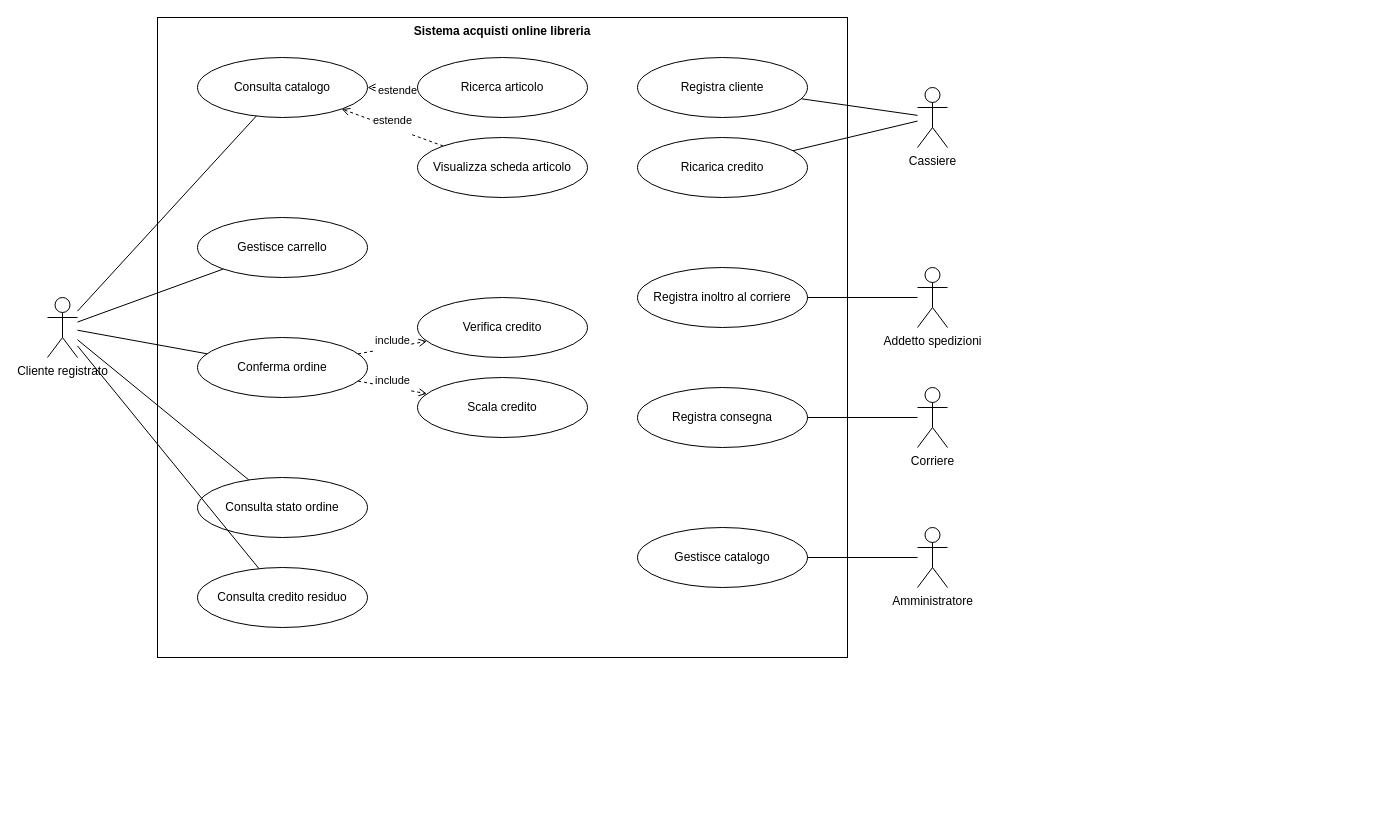
The draw.io diagram uml/Es8.drawio in diegoaldighieri/UML-casi-pratici, before the edit. Source tidied: cells renumbered, new cells numbered last; positions are measured from the earlier drawing's top-left corner, leaving out a move shared by most shapes. Both pictures are drawn from the tidied source at 100%, with x=0, y=0 at pixel (47, 17).
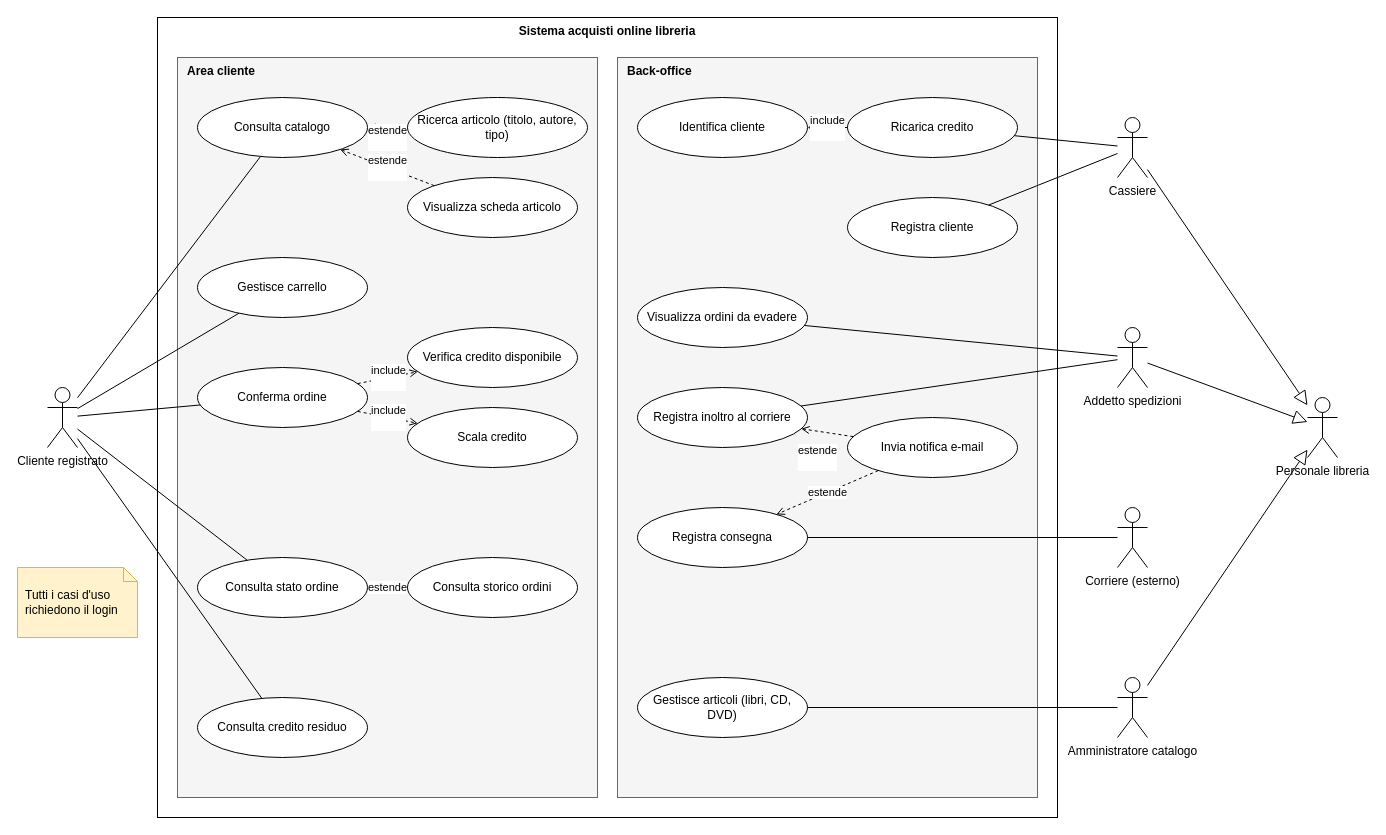
The same diagram, later.

Diff of the diagram source:
```diff
@@
     <mxCell id="2" value="Sistema acquisti online libreria" style="rounded=0;whiteSpace=wrap;html=1;verticalAlign=top;fontStyle=1;fillColor=none;" parent="1" vertex="1">
-      <mxGeometry x="110" width="690" height="640" as="geometry" />
+      <mxGeometry x="110" width="900" height="800" as="geometry" />
     </mxCell>
+    <mxCell id="36" value="Area cliente" style="rounded=0;whiteSpace=wrap;html=1;verticalAlign=top;align=left;spacingLeft=8;fontStyle=1;fillColor=#f5f5f5;strokeColor=#666666;" parent="1" vertex="1">
+      <mxGeometry x="130" y="40" width="420" height="740" as="geometry" />
+    </mxCell>
+    <mxCell id="37" value="Back-office" style="rounded=0;whiteSpace=wrap;html=1;verticalAlign=top;align=left;spacingLeft=8;fontStyle=1;fillColor=#f5f5f5;strokeColor=#666666;" parent="1" vertex="1">
+      <mxGeometry x="570" y="40" width="420" height="740" as="geometry" />
+    </mxCell>
     <mxCell id="3" value="Cliente registrato" style="shape=umlActor;verticalLabelPosition=bottom;verticalAlign=top;html=1;outlineConnect=0;" parent="1" vertex="1">
-      <mxGeometry y="280" width="30" height="60" as="geometry" />
+      <mxGeometry y="370" width="30" height="60" as="geometry" />
     </mxCell>
     <mxCell id="4" value="Cassiere" style="shape=umlActor;verticalLabelPosition=bottom;verticalAlign=top;html=1;outlineConnect=0;" parent="1" vertex="1">
-      <mxGeometry x="870" y="70" width="30" height="60" as="geometry" />
+      <mxGeometry x="1070" y="100" width="30" height="60" as="geometry" />
     </mxCell>
     <mxCell id="5" value="Addetto spedizioni" style="shape=umlActor;verticalLabelPosition=bottom;verticalAlign=top;html=1;outlineConnect=0;" parent="1" vertex="1">
-      <mxGeometry x="870" y="250" width="30" height="60" as="geometry" />
+      <mxGeometry x="1070" y="310" width="30" height="60" as="geometry" />
     </mxCell>
-    <mxCell id="6" value="Corriere" style="shape=umlActor;verticalLabelPosition=bottom;verticalAlign=top;html=1;outlineConnect=0;" parent="1" vertex="1">
-      <mxGeometry x="870" y="370" width="30" height="60" as="geometry" />
+    <mxCell id="6" value="Corriere (esterno)" style="shape=umlActor;verticalLabelPosition=bottom;verticalAlign=top;html=1;outlineConnect=0;" parent="1" vertex="1">
+      <mxGeometry x="1070" y="490" width="30" height="60" as="geometry" />
     </mxCell>
-    <mxCell id="7" value="Amministratore" style="shape=umlActor;verticalLabelPosition=bottom;verticalAlign=top;html=1;outlineConnect=0;" parent="1" vertex="1">
-      <mxGeometry x="870" y="510" width="30" height="60" as="geometry" />
+    <mxCell id="7" value="Amministratore catalogo" style="shape=umlActor;verticalLabelPosition=bottom;verticalAlign=top;html=1;outlineConnect=0;" parent="1" vertex="1">
+      <mxGeometry x="1070" y="660" width="30" height="60" as="geometry" />
     </mxCell>
+    <mxCell id="38" value="Personale libreria" style="shape=umlActor;verticalLabelPosition=bottom;verticalAlign=top;html=1;outlineConnect=0;" parent="1" vertex="1">
+      <mxGeometry x="1260" y="380" width="30" height="60" as="geometry" />
+    </mxCell>
     <mxCell id="8" value="Consulta catalogo" style="ellipse;whiteSpace=wrap;html=1;" parent="1" vertex="1">
-      <mxGeometry x="150" y="40" width="170" height="60" as="geometry" />
+      <mxGeometry x="150" y="80" width="170" height="60" as="geometry" />
     </mxCell>
     <mxCell id="9" value="Gestisce carrello" style="ellipse;whiteSpace=wrap;html=1;" parent="1" vertex="1">
-      <mxGeometry x="150" y="200" width="170" height="60" as="geometry" />
+      <mxGeometry x="150" y="240" width="170" height="60" as="geometry" />
     </mxCell>
     <mxCell id="10" value="Conferma ordine" style="ellipse;whiteSpace=wrap;html=1;" parent="1" vertex="1">
-      <mxGeometry x="150" y="320" width="170" height="60" as="geometry" />
+      <mxGeometry x="150" y="350" width="170" height="60" as="geometry" />
     </mxCell>
     <mxCell id="11" value="Consulta stato ordine" style="ellipse;whiteSpace=wrap;html=1;" parent="1" vertex="1">
-      <mxGeometry x="150" y="460" width="170" height="60" as="geometry" />
+      <mxGeometry x="150" y="540" width="170" height="60" as="geometry" />
     </mxCell>
     <mxCell id="12" value="Consulta credito residuo" style="ellipse;whiteSpace=wrap;html=1;" parent="1" vertex="1">
-      <mxGeometry x="150" y="550" width="170" height="60" as="geometry" />
+      <mxGeometry x="150" y="680" width="170" height="60" as="geometry" />
     </mxCell>
-    <mxCell id="13" value="Ricerca articolo" style="ellipse;whiteSpace=wrap;html=1;" parent="1" vertex="1">
-      <mxGeometry x="370" y="40" width="170" height="60" as="geometry" />
+    <mxCell id="13" value="Ricerca articolo (titolo, autore, tipo)" style="ellipse;whiteSpace=wrap;html=1;" parent="1" vertex="1">
+      <mxGeometry x="360" y="80" width="180" height="60" as="geometry" />
     </mxCell>
     <mxCell id="14" value="Visualizza scheda articolo" style="ellipse;whiteSpace=wrap;html=1;" parent="1" vertex="1">
-      <mxGeometry x="370" y="120" width="170" height="60" as="geometry" />
+      <mxGeometry x="360" y="160" width="170" height="60" as="geometry" />
     </mxCell>
-    <mxCell id="15" value="Verifica credito" style="ellipse;whiteSpace=wrap;html=1;" parent="1" vertex="1">
-      <mxGeometry x="370" y="280" width="170" height="60" as="geometry" />
+    <mxCell id="15" value="Verifica credito disponibile" style="ellipse;whiteSpace=wrap;html=1;" parent="1" vertex="1">
+      <mxGeometry x="360" y="310" width="170" height="60" as="geometry" />
     </mxCell>
     <mxCell id="16" value="Scala credito" style="ellipse;whiteSpace=wrap;html=1;" parent="1" vertex="1">
-      <mxGeometry x="370" y="360" width="170" height="60" as="geometry" />
+      <mxGeometry x="360" y="390" width="170" height="60" as="geometry" />
     </mxCell>
+    <mxCell id="39" value="Consulta storico ordini" style="ellipse;whiteSpace=wrap;html=1;" parent="1" vertex="1">
+      <mxGeometry x="360" y="540" width="170" height="60" as="geometry" />
+    </mxCell>
+    <mxCell id="18" value="Ricarica credito" style="ellipse;whiteSpace=wrap;html=1;" parent="1" vertex="1">
+      <mxGeometry x="800" y="80" width="170" height="60" as="geometry" />
+    </mxCell>
     <mxCell id="17" value="Registra cliente" style="ellipse;whiteSpace=wrap;html=1;" parent="1" vertex="1">
-      <mxGeometry x="590" y="40" width="170" height="60" as="geometry" />
+      <mxGeometry x="800" y="180" width="170" height="60" as="geometry" />
     </mxCell>
-    <mxCell id="18" value="Ricarica credito" style="ellipse;whiteSpace=wrap;html=1;" parent="1" vertex="1">
-      <mxGeometry x="590" y="120" width="170" height="60" as="geometry" />
-    </mxCell>
+    <mxCell id="40" value="Visualizza ordini da evadere" style="ellipse;whiteSpace=wrap;html=1;" parent="1" vertex="1">
+      <mxGeometry x="590" y="270" width="170" height="60" as="geometry" />
+    </mxCell>
     <mxCell id="19" value="Registra inoltro al corriere" style="ellipse;whiteSpace=wrap;html=1;" parent="1" vertex="1">
-      <mxGeometry x="590" y="250" width="170" height="60" as="geometry" />
+      <mxGeometry x="590" y="370" width="170" height="60" as="geometry" />
     </mxCell>
     <mxCell id="20" value="Registra consegna" style="ellipse;whiteSpace=wrap;html=1;" parent="1" vertex="1">
-      <mxGeometry x="590" y="370" width="170" height="60" as="geometry" />
+      <mxGeometry x="590" y="490" width="170" height="60" as="geometry" />
     </mxCell>
-    <mxCell id="21" value="Gestisce catalogo" style="ellipse;whiteSpace=wrap;html=1;" parent="1" vertex="1">
-      <mxGeometry x="590" y="510" width="170" height="60" as="geometry" />
+    <mxCell id="21" value="Gestisce articoli (libri, CD, DVD)" style="ellipse;whiteSpace=wrap;html=1;" parent="1" vertex="1">
+      <mxGeometry x="590" y="660" width="170" height="60" as="geometry" />
     </mxCell>
+    <mxCell id="41" value="Identifica cliente" style="ellipse;whiteSpace=wrap;html=1;" parent="1" vertex="1">
+      <mxGeometry x="590" y="80" width="170" height="60" as="geometry" />
+    </mxCell>
+    <mxCell id="42" value="Invia notifica e-mail" style="ellipse;whiteSpace=wrap;html=1;" parent="1" vertex="1">
+      <mxGeometry x="800" y="400" width="170" height="60" as="geometry" />
+    </mxCell>
+    <mxCell id="43" value="Tutti i casi d'uso richiedono il login" style="shape=note;whiteSpace=wrap;html=1;size=14;fillColor=#fff2cc;strokeColor=#d6b656;align=left;spacingLeft=6;" parent="1" vertex="1">
+      <mxGeometry x="-30" y="550" width="120" height="70" as="geometry" />
+    </mxCell>
@@
     <mxCell id="27" value="estende&lt;div&gt;&lt;br&gt;&lt;/div&gt;" style="endArrow=open;endFill=0;dashed=1;html=1;" parent="1" edge="1" source="13" target="8">
-      <mxGeometry x="-0.2" y="10" relative="1" as="geometry" />
+      <mxGeometry y="10" relative="1" as="geometry" />
     </mxCell>
@@
-    <mxCell id="31" style="endArrow=none;html=1;" parent="1" edge="1" source="4" target="17">
+    <mxCell id="31" value="estende" style="endArrow=open;endFill=0;dashed=1;html=1;" parent="1" edge="1" source="39" target="11">
       <mxGeometry relative="1" as="geometry" />
     </mxCell>
@@
-    <mxCell id="33" style="endArrow=none;html=1;" parent="1" edge="1" source="5" target="19">
+    <mxCell id="33" style="endArrow=none;html=1;" parent="1" edge="1" source="4" target="17">
       <mxGeometry relative="1" as="geometry" />
     </mxCell>
-    <mxCell id="34" style="endArrow=none;html=1;" parent="1" edge="1" source="6" target="20">
+    <mxCell id="34" value="include&lt;div&gt;&lt;br&gt;&lt;/div&gt;" style="endArrow=open;endFill=0;dashed=1;html=1;" parent="1" edge="1" source="18" target="41">
       <mxGeometry relative="1" as="geometry" />
     </mxCell>
-    <mxCell id="35" style="endArrow=none;html=1;" parent="1" edge="1" source="7" target="21">
+    <mxCell id="35" style="endArrow=none;html=1;" parent="1" edge="1" source="5" target="40">
       <mxGeometry relative="1" as="geometry" />
     </mxCell>
+    <mxCell id="44" style="endArrow=none;html=1;" parent="1" edge="1" source="5" target="19">
+      <mxGeometry relative="1" as="geometry" />
+    </mxCell>
+    <mxCell id="45" style="endArrow=none;html=1;" parent="1" edge="1" source="6" target="20">
+      <mxGeometry relative="1" as="geometry" />
+    </mxCell>
+    <mxCell id="46" style="endArrow=none;html=1;" parent="1" edge="1" source="7" target="21">
+      <mxGeometry relative="1" as="geometry" />
+    </mxCell>
+    <mxCell id="47" value="estende&lt;div&gt;&lt;br&gt;&lt;/div&gt;" style="endArrow=open;endFill=0;dashed=1;html=1;" parent="1" edge="1" source="42" target="19">
+      <mxGeometry x="0.23" y="26" relative="1" as="geometry" />
+    </mxCell>
+    <mxCell id="48" value="estende" style="endArrow=open;endFill=0;dashed=1;html=1;" parent="1" edge="1" source="42" target="20">
+      <mxGeometry relative="1" as="geometry" />
+    </mxCell>
+    <mxCell id="49" style="endArrow=block;endFill=0;endSize=12;html=1;" parent="1" edge="1" source="4" target="38">
+      <mxGeometry relative="1" as="geometry" />
+    </mxCell>
+    <mxCell id="50" style="endArrow=block;endFill=0;endSize=12;html=1;" parent="1" edge="1" source="5" target="38">
+      <mxGeometry relative="1" as="geometry" />
+    </mxCell>
+    <mxCell id="51" style="endArrow=block;endFill=0;endSize=12;html=1;" parent="1" edge="1" source="7" target="38">
+      <mxGeometry relative="1" as="geometry" />
+    </mxCell>
```
